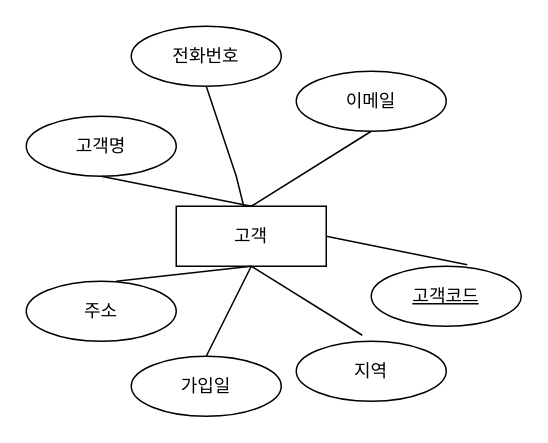
This is erd.drawio from dao9933/ai8erd, a draw.io file, before an edit. Source tidied: cells renumbered, new cells numbered last; positions are measured from the earlier drawing's top-left corner, leaving out a move shared by most shapes. Both pictures are drawn from the tidied source at 150%, with x=0, y=0 at pixel (26, 26).
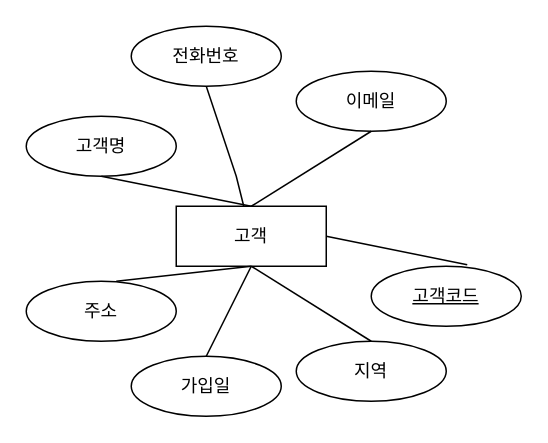
The same diagram, later.

Diff of the diagram source:
```diff
@@
 <mxGraphModel>
   <root>
     <mxCell id="0" />
     <mxCell id="1" parent="0" />
     <mxCell id="2" value="고객" style="whiteSpace=wrap;html=1;align=center;rounded=0;" parent="1" vertex="1">
       <mxGeometry x="100" y="120" width="100" height="40" as="geometry" />
     </mxCell>
     <mxCell id="3" value="고객명" style="ellipse;whiteSpace=wrap;html=1;align=center;" parent="1" vertex="1">
       <mxGeometry y="60" width="100" height="40" as="geometry" />
     </mxCell>
     <mxCell id="4" style="endArrow=none;html=1;rounded=0;entryX=0.5;entryY=0;entryDx=0;entryDy=0;" parent="1" edge="1" target="2">
       <mxGeometry relative="1" as="geometry">
         <mxPoint x="50" y="100" as="sourcePoint" />
       </mxGeometry>
     </mxCell>
     <mxCell id="5" value="이메일" style="ellipse;whiteSpace=wrap;html=1;align=center;" parent="1" vertex="1">
       <mxGeometry x="180" y="30" width="100" height="40" as="geometry" />
     </mxCell>
     <mxCell id="6" value="지역" style="ellipse;whiteSpace=wrap;html=1;align=center;" parent="1" vertex="1">
       <mxGeometry x="180" y="210" width="100" height="40" as="geometry" />
     </mxCell>
     <mxCell id="7" value="주소" style="ellipse;whiteSpace=wrap;html=1;align=center;" parent="1" vertex="1">
       <mxGeometry y="170" width="100" height="40" as="geometry" />
     </mxCell>
     <mxCell id="8" value="전화번호" style="ellipse;whiteSpace=wrap;html=1;align=center;" parent="1" vertex="1">
       <mxGeometry x="70" width="100" height="40" as="geometry" />
     </mxCell>
-    <mxCell id="9" style="endArrow=none;html=1;rounded=0;entryX=0.44;entryY=-0.1;entryDx=0;entryDy=0;entryPerimeter=0;exitX=0.5;exitY=1;exitDx=0;exitDy=0;" parent="1" edge="1" source="2" target="6">
+    <mxCell id="9" style="endArrow=none;html=1;rounded=0;entryX=0.5;entryY=0;entryDx=0;entryDy=0;exitX=0.5;exitY=1;exitDx=0;exitDy=0;" parent="1" edge="1" source="2" target="6">
       <mxGeometry relative="1" as="geometry" />
     </mxCell>
     <mxCell id="10" style="endArrow=none;html=1;rounded=0;exitX=0.6;exitY=0;exitDx=0;exitDy=0;exitPerimeter=0;entryX=0.5;entryY=1;entryDx=0;entryDy=0;" parent="1" edge="1" source="7" target="2">
       <mxGeometry relative="1" as="geometry" />
     </mxCell>
     <mxCell id="11" style="endArrow=none;html=1;rounded=0;entryX=0.5;entryY=1;entryDx=0;entryDy=0;exitX=0.5;exitY=0;exitDx=0;exitDy=0;" parent="1" edge="1" source="2" target="5">
       <mxGeometry relative="1" as="geometry" />
     </mxCell>
     <mxCell id="12" style="endArrow=none;html=1;rounded=0;entryX=0.5;entryY=1;entryDx=0;entryDy=0;" parent="1" edge="1" source="2" target="8">
       <mxGeometry relative="1" as="geometry">
         <Array as="points">
           <mxPoint x="140" y="100" />
         </Array>
       </mxGeometry>
     </mxCell>
     <mxCell id="13" value="가입일" style="ellipse;whiteSpace=wrap;html=1;align=center;" parent="1" vertex="1">
       <mxGeometry x="70" y="220" width="100" height="40" as="geometry" />
     </mxCell>
     <mxCell id="14" style="endArrow=none;html=1;rounded=0;entryX=0.5;entryY=0;entryDx=0;entryDy=0;exitX=0.5;exitY=1;exitDx=0;exitDy=0;" parent="1" edge="1" source="2" target="13">
       <mxGeometry relative="1" as="geometry" />
     </mxCell>
     <mxCell id="15" value="고객코드" style="ellipse;whiteSpace=wrap;html=1;align=center;fontStyle=4;" parent="1" vertex="1">
       <mxGeometry x="230" y="160" width="100" height="40" as="geometry" />
     </mxCell>
     <mxCell id="16" style="endArrow=none;html=1;rounded=0;entryX=0.64;entryY=-0.025;entryDx=0;entryDy=0;entryPerimeter=0;exitX=1;exitY=0.5;exitDx=0;exitDy=0;" parent="1" edge="1" source="2" target="15">
       <mxGeometry relative="1" as="geometry" />
     </mxCell>
   </root>
 </mxGraphModel>
```
